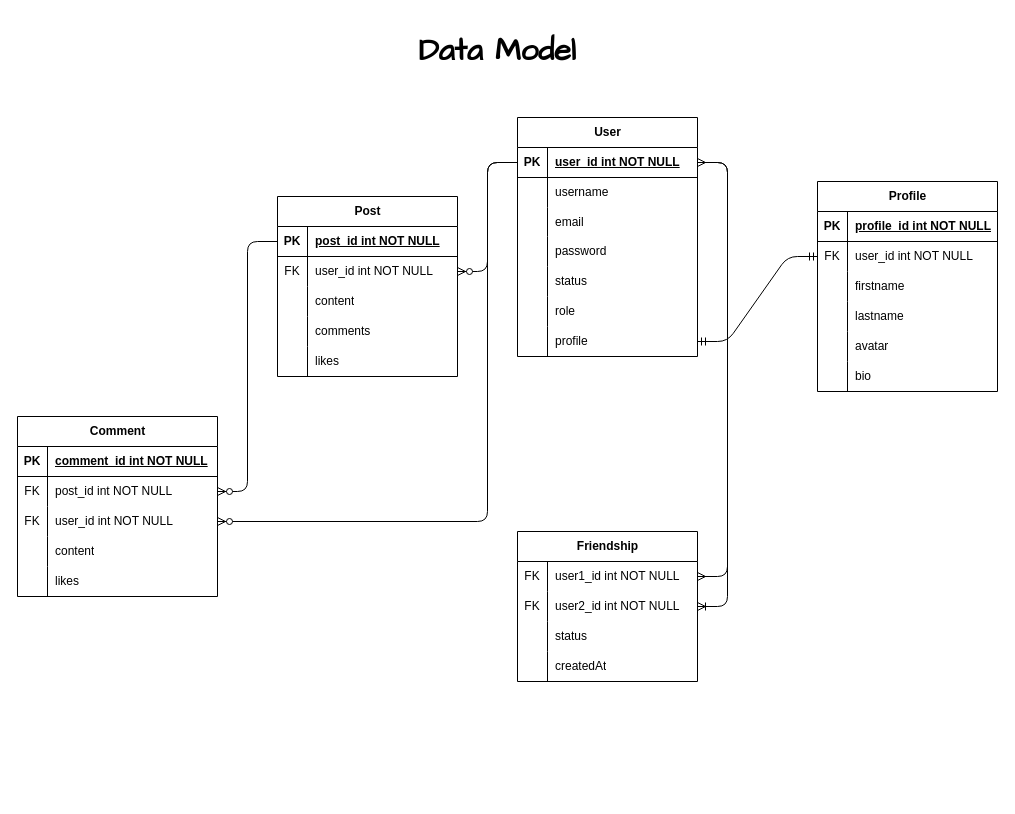
marefpceo/odin-book-server keeps this draw.io diagram as __docs__/projectModels.drawio. Above is the earlier version. Source tidied: cells renumbered, new cells numbered last; positions are measured from the earlier drawing's top-left corner, leaving out a move shared by most shapes. Both pictures are drawn from the tidied source at 100%, with x=0, y=0 at pixel (17, 26).
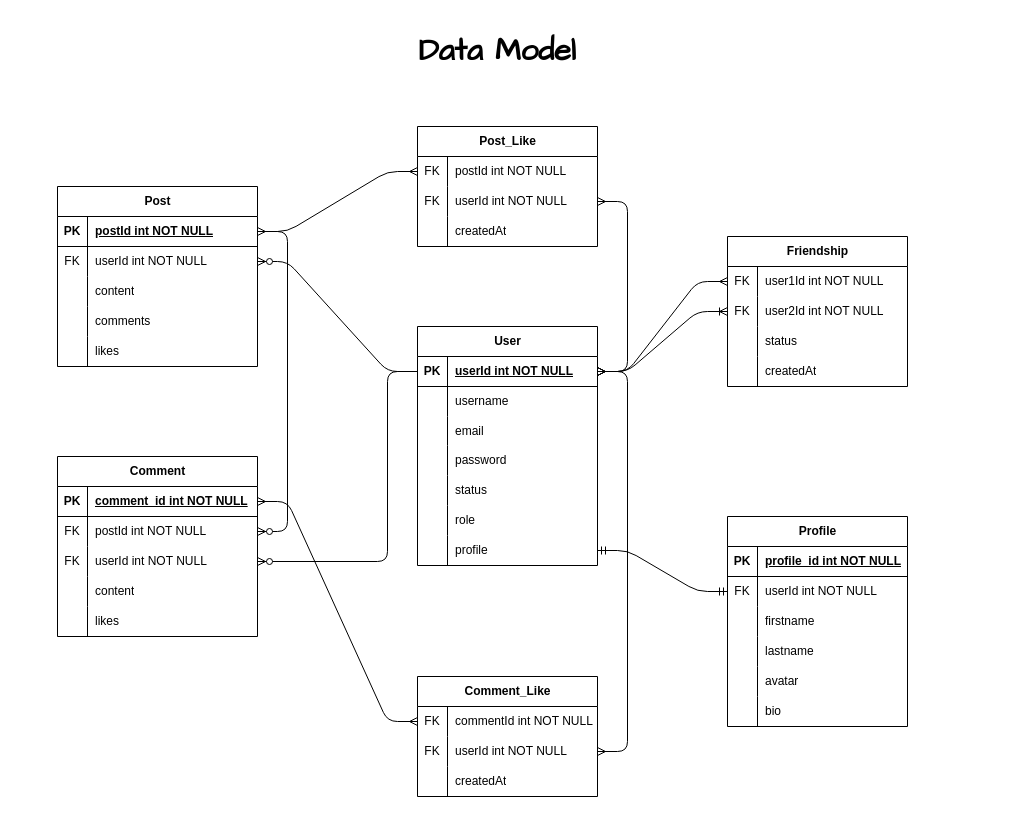
Above is the later version.

Commit message (it also covers changes not shown here):
Updated datamodel to reflect schema

Unchanged cells that the change refers to:
```xml
<mxCell id="3" style="shape=tableRow;horizontal=0;startSize=0;swimlaneHead=0;swimlaneBody=0;fillColor=none;points=[[0,0.5],[1,0.5]];portConstraint=eastwest;top=0;left=0;right=0;bottom=1;" parent="2" vertex="1">
  <mxGeometry y="30" width="180" height="30" as="geometry" />
</mxCell>
<mxCell id="28" style="shape=tableRow;horizontal=0;startSize=0;swimlaneHead=0;swimlaneBody=0;fillColor=none;points=[[0,0.5],[1,0.5]];portConstraint=eastwest;top=0;left=0;right=0;bottom=0;" parent="24" vertex="1">
  <mxGeometry y="60" width="180" height="30" as="geometry" />
</mxCell>
<mxCell id="61" style="shape=tableRow;horizontal=0;startSize=0;swimlaneHead=0;swimlaneBody=0;fillColor=none;points=[[0,0.5],[1,0.5]];portConstraint=eastwest;top=0;left=0;right=0;bottom=1;" parent="60" vertex="1">
  <mxGeometry y="30" width="200" height="30" as="geometry" />
</mxCell>
<mxCell id="64" style="shape=tableRow;horizontal=0;startSize=0;swimlaneHead=0;swimlaneBody=0;fillColor=none;points=[[0,0.5],[1,0.5]];portConstraint=eastwest;top=0;left=0;right=0;bottom=0;" parent="60" vertex="1">
  <mxGeometry y="60" width="200" height="30" as="geometry" />
</mxCell>
<mxCell id="67" style="shape=tableRow;horizontal=0;startSize=0;swimlaneHead=0;swimlaneBody=0;fillColor=none;points=[[0,0.5],[1,0.5]];portConstraint=eastwest;top=0;left=0;right=0;bottom=0;" parent="60" vertex="1">
  <mxGeometry y="90" width="200" height="30" as="geometry" />
</mxCell>
<mxCell id="77" style="shape=tableRow;horizontal=0;startSize=0;swimlaneHead=0;swimlaneBody=0;fillColor=none;points=[[0,0.5],[1,0.5]];portConstraint=eastwest;top=0;left=0;right=0;bottom=0;" parent="76" vertex="1">
  <mxGeometry y="30" width="180" height="30" as="geometry" />
</mxCell>
<mxCell id="80" style="shape=tableRow;horizontal=0;startSize=0;swimlaneHead=0;swimlaneBody=0;fillColor=none;points=[[0,0.5],[1,0.5]];portConstraint=eastwest;top=0;left=0;right=0;bottom=0;" parent="76" vertex="1">
  <mxGeometry y="60" width="180" height="30" as="geometry" />
</mxCell>
```

What changed in the source:
```diff
@@
     <mxCell id="2" value="User" style="shape=table;startSize=30;childLayout=tableLayout;rowLines=0;fontStyle=1;align=center;html=1;" parent="1" vertex="1">
-      <mxGeometry x="500" y="91" width="180" height="239" as="geometry" />
+      <mxGeometry x="400" y="300" width="180" height="239" as="geometry" />
     </mxCell>
@@
-    <mxCell id="5" value="user_id int NOT NULL" style="shape=partialRectangle;fillColor=none;top=0;left=0;bottom=0;right=0;align=left;spacingLeft=6;fontStyle=5;overflow=hidden;whiteSpace=wrap;html=1;" parent="3" vertex="1">
+    <mxCell id="5" value="userId int NOT NULL" style="shape=partialRectangle;fillColor=none;top=0;left=0;bottom=0;right=0;align=left;spacingLeft=6;fontStyle=5;overflow=hidden;whiteSpace=wrap;html=1;" parent="3" vertex="1">
       <mxGeometry x="30" width="150" height="30" as="geometry" />
     </mxCell>
@@
     <mxCell id="24" value="Profile" style="shape=table;startSize=30;childLayout=tableLayout;rowLines=0;fontStyle=1;align=center;html=1;" parent="1" vertex="1">
-      <mxGeometry x="800" y="155" width="180" height="210" as="geometry" />
+      <mxGeometry x="710" y="490" width="180" height="210" as="geometry" />
     </mxCell>
@@
-    <mxCell id="30" value="user_id int NOT NULL" style="shape=partialRectangle;fillColor=none;top=0;left=0;bottom=0;right=0;align=left;spacingLeft=6;fontStyle=0;overflow=hidden;whiteSpace=wrap;html=1;" parent="28" vertex="1">
+    <mxCell id="30" value="userId int NOT NULL" style="shape=partialRectangle;fillColor=none;top=0;left=0;bottom=0;right=0;align=left;spacingLeft=6;fontStyle=0;overflow=hidden;whiteSpace=wrap;html=1;" parent="28" vertex="1">
       <mxGeometry x="30" width="150" height="30" as="geometry" />
     </mxCell>
@@
     <mxCell id="44" value="Post" style="shape=table;startSize=30;childLayout=tableLayout;rowLines=0;fontStyle=1;align=center;html=1;" parent="1" vertex="1">
-      <mxGeometry x="260" y="170" width="180" height="180" as="geometry" />
+      <mxGeometry x="40" y="160" width="200" height="180" as="geometry" />
     </mxCell>
     <mxCell id="45" style="shape=tableRow;horizontal=0;startSize=0;swimlaneHead=0;swimlaneBody=0;fillColor=none;points=[[0,0.5],[1,0.5]];portConstraint=eastwest;top=0;left=0;right=0;bottom=1;" parent="44" vertex="1">
-      <mxGeometry y="30" width="180" height="30" as="geometry" />
+      <mxGeometry y="30" width="200" height="30" as="geometry" />
     </mxCell>
@@
-    <mxCell id="47" value="post_id int NOT NULL" style="shape=partialRectangle;fillColor=none;top=0;left=0;bottom=0;right=0;align=left;spacingLeft=6;fontStyle=5;overflow=hidden;whiteSpace=wrap;html=1;" parent="45" vertex="1">
-      <mxGeometry x="30" width="150" height="30" as="geometry" />
+    <mxCell id="47" value="postId int NOT NULL" style="shape=partialRectangle;fillColor=none;top=0;left=0;bottom=0;right=0;align=left;spacingLeft=6;fontStyle=5;overflow=hidden;whiteSpace=wrap;html=1;" parent="45" vertex="1">
+      <mxGeometry x="30" width="170" height="30" as="geometry" />
     </mxCell>
     <mxCell id="48" style="shape=tableRow;horizontal=0;startSize=0;swimlaneHead=0;swimlaneBody=0;fillColor=none;points=[[0,0.5],[1,0.5]];portConstraint=eastwest;top=0;left=0;right=0;bottom=0;" parent="44" vertex="1">
-      <mxGeometry y="60" width="180" height="30" as="geometry" />
+      <mxGeometry y="60" width="200" height="30" as="geometry" />
     </mxCell>
@@
-    <mxCell id="50" value="user_id int NOT NULL" style="shape=partialRectangle;fillColor=none;top=0;left=0;bottom=0;right=0;align=left;spacingLeft=6;fontStyle=0;overflow=hidden;whiteSpace=wrap;html=1;" parent="48" vertex="1">
-      <mxGeometry x="30" width="150" height="30" as="geometry" />
+    <mxCell id="50" value="userId int NOT NULL" style="shape=partialRectangle;fillColor=none;top=0;left=0;bottom=0;right=0;align=left;spacingLeft=6;fontStyle=0;overflow=hidden;whiteSpace=wrap;html=1;" parent="48" vertex="1">
+      <mxGeometry x="30" width="170" height="30" as="geometry" />
     </mxCell>
     <mxCell id="51" style="shape=tableRow;horizontal=0;startSize=0;swimlaneHead=0;swimlaneBody=0;fillColor=none;top=0;left=0;right=0;bottom=0;" parent="44" vertex="1">
-      <mxGeometry y="90" width="180" height="30" as="geometry" />
+      <mxGeometry y="90" width="200" height="30" as="geometry" />
     </mxCell>
@@
     <mxCell id="53" value="content" style="shape=partialRectangle;fillColor=none;top=0;left=0;bottom=0;right=0;align=left;spacingLeft=6;overflow=hidden;whiteSpace=wrap;html=1;" parent="51" vertex="1">
-      <mxGeometry x="30" width="150" height="30" as="geometry" />
+      <mxGeometry x="30" width="170" height="30" as="geometry" />
     </mxCell>
     <mxCell id="54" style="shape=tableRow;horizontal=0;startSize=0;swimlaneHead=0;swimlaneBody=0;fillColor=none;top=0;left=0;right=0;bottom=0;" parent="44" vertex="1">
-      <mxGeometry y="120" width="180" height="30" as="geometry" />
+      <mxGeometry y="120" width="200" height="30" as="geometry" />
     </mxCell>
@@
     <mxCell id="56" value="comments" style="shape=partialRectangle;fillColor=none;top=0;left=0;bottom=0;right=0;align=left;spacingLeft=6;overflow=hidden;whiteSpace=wrap;html=1;" parent="54" vertex="1">
-      <mxGeometry x="30" width="150" height="30" as="geometry" />
+      <mxGeometry x="30" width="170" height="30" as="geometry" />
     </mxCell>
     <mxCell id="57" style="shape=tableRow;horizontal=0;startSize=0;swimlaneHead=0;swimlaneBody=0;fillColor=none;top=0;left=0;right=0;bottom=0;" parent="44" vertex="1">
-      <mxGeometry y="150" width="180" height="30" as="geometry" />
+      <mxGeometry y="150" width="200" height="30" as="geometry" />
     </mxCell>
@@
     <mxCell id="59" value="likes" style="shape=partialRectangle;fillColor=none;top=0;left=0;bottom=0;right=0;align=left;spacingLeft=6;overflow=hidden;whiteSpace=wrap;html=1;" parent="57" vertex="1">
-      <mxGeometry x="30" width="150" height="30" as="geometry" />
+      <mxGeometry x="30" width="170" height="30" as="geometry" />
     </mxCell>
     <mxCell id="60" value="Comment" style="shape=table;startSize=30;childLayout=tableLayout;rowLines=0;fontStyle=1;align=center;html=1;" parent="1" vertex="1">
-      <mxGeometry y="390" width="200" height="180" as="geometry" />
+      <mxGeometry x="40" y="430" width="200" height="180" as="geometry" />
     </mxCell>
@@
-    <mxCell id="66" value="post_id int NOT NULL" style="shape=partialRectangle;fillColor=none;top=0;left=0;bottom=0;right=0;align=left;spacingLeft=6;fontStyle=0;overflow=hidden;whiteSpace=wrap;html=1;" parent="64" vertex="1">
+    <mxCell id="66" value="postId int NOT NULL" style="shape=partialRectangle;fillColor=none;top=0;left=0;bottom=0;right=0;align=left;spacingLeft=6;fontStyle=0;overflow=hidden;whiteSpace=wrap;html=1;" parent="64" vertex="1">
       <mxGeometry x="30" width="170" height="30" as="geometry" />
     </mxCell>
@@
-    <mxCell id="69" value="user_id int NOT NULL" style="shape=partialRectangle;fillColor=none;top=0;left=0;bottom=0;right=0;align=left;spacingLeft=6;overflow=hidden;whiteSpace=wrap;html=1;" parent="67" vertex="1">
+    <mxCell id="69" value="userId int NOT NULL" style="shape=partialRectangle;fillColor=none;top=0;left=0;bottom=0;right=0;align=left;spacingLeft=6;overflow=hidden;whiteSpace=wrap;html=1;" parent="67" vertex="1">
       <mxGeometry x="30" width="170" height="30" as="geometry" />
     </mxCell>
@@
     <mxCell id="76" value="Friendship" style="shape=table;startSize=30;childLayout=tableLayout;rowLines=0;fontStyle=1;align=center;html=1;" parent="1" vertex="1">
-      <mxGeometry x="500" y="505" width="180" height="150" as="geometry" />
+      <mxGeometry x="710" y="210" width="180" height="150" as="geometry" />
     </mxCell>
@@
-    <mxCell id="79" value="user1_id int NOT NULL" style="shape=partialRectangle;fillColor=none;top=0;left=0;bottom=0;right=0;align=left;spacingLeft=6;fontStyle=0;overflow=hidden;whiteSpace=wrap;html=1;" parent="77" vertex="1">
+    <mxCell id="79" value="user1Id int NOT NULL" style="shape=partialRectangle;fillColor=none;top=0;left=0;bottom=0;right=0;align=left;spacingLeft=6;fontStyle=0;overflow=hidden;whiteSpace=wrap;html=1;" parent="77" vertex="1">
       <mxGeometry x="30" width="150" height="30" as="geometry" />
     </mxCell>
@@
-    <mxCell id="82" value="user2_id int NOT NULL" style="shape=partialRectangle;fillColor=none;top=0;left=0;bottom=0;right=0;align=left;spacingLeft=6;fontStyle=0;overflow=hidden;whiteSpace=wrap;html=1;" parent="80" vertex="1">
+    <mxCell id="82" value="user2Id int NOT NULL" style="shape=partialRectangle;fillColor=none;top=0;left=0;bottom=0;right=0;align=left;spacingLeft=6;fontStyle=0;overflow=hidden;whiteSpace=wrap;html=1;" parent="80" vertex="1">
       <mxGeometry x="30" width="150" height="30" as="geometry" />
     </mxCell>
@@
     <mxCell id="91" style="edgeStyle=entityRelationEdgeStyle;fontSize=12;html=1;endArrow=ERmany;startArrow=ERmany;" parent="1" edge="1" source="77" target="3">
       <mxGeometry relative="1" as="geometry">
         <Array as="points">
-          <mxPoint x="620" y="420" />
-          <mxPoint x="660" y="420" />
-          <mxPoint x="740" y="410" />
+          <mxPoint x="520" y="450" />
+          <mxPoint x="560" y="450" />
+          <mxPoint x="640" y="440" />
         </Array>
       </mxGeometry>
     </mxCell>
     <mxCell id="92" style="edgeStyle=entityRelationEdgeStyle;fontSize=12;html=1;endArrow=ERoneToMany;" parent="1" edge="1" source="3" target="80">
       <mxGeometry relative="1" as="geometry">
         <Array as="points">
-          <mxPoint x="365" y="496" />
-          <mxPoint x="330" y="506" />
-          <mxPoint x="375" y="466" />
+          <mxPoint x="265" y="526" />
+          <mxPoint x="230" y="536" />
+          <mxPoint x="275" y="496" />
         </Array>
       </mxGeometry>
     </mxCell>
     <mxCell id="93" style="edgeStyle=elbowEdgeStyle;fontSize=12;html=1;endArrow=ERzeroToMany;endFill=1;jumpStyle=none;strokeColor=default;" parent="1" edge="1" source="3" target="67">
       <mxGeometry relative="1" as="geometry">
         <Array as="points">
-          <mxPoint x="470" y="390" />
+          <mxPoint x="370" y="420" />
         </Array>
       </mxGeometry>
     </mxCell>
@@
+    <mxCell id="95" value="Post_Like" style="shape=table;startSize=30;childLayout=tableLayout;rowLines=0;fontStyle=1;align=center;html=1;" parent="1" vertex="1">
+      <mxGeometry x="400" y="100" width="180" height="120" as="geometry" />
+    </mxCell>
+    <mxCell id="96" style="shape=tableRow;horizontal=0;startSize=0;swimlaneHead=0;swimlaneBody=0;fillColor=none;points=[[0,0.5],[1,0.5]];portConstraint=eastwest;top=0;left=0;right=0;bottom=0;" parent="95" vertex="1">
+      <mxGeometry y="30" width="180" height="30" as="geometry" />
+    </mxCell>
+    <mxCell id="97" value="FK" style="shape=partialRectangle;fillColor=none;top=0;left=0;bottom=0;right=0;fontStyle=0;overflow=hidden;whiteSpace=wrap;html=1;" parent="96" vertex="1">
+      <mxGeometry width="30" height="30" as="geometry" />
+    </mxCell>
+    <mxCell id="98" value="postId int NOT NULL" style="shape=partialRectangle;fillColor=none;top=0;left=0;bottom=0;right=0;align=left;spacingLeft=6;fontStyle=0;overflow=hidden;whiteSpace=wrap;html=1;" parent="96" vertex="1">
+      <mxGeometry x="30" width="150" height="30" as="geometry" />
+    </mxCell>
+    <mxCell id="99" style="shape=tableRow;horizontal=0;startSize=0;swimlaneHead=0;swimlaneBody=0;fillColor=none;points=[[0,0.5],[1,0.5]];portConstraint=eastwest;top=0;left=0;right=0;bottom=0;" parent="95" vertex="1">
+      <mxGeometry y="60" width="180" height="30" as="geometry" />
+    </mxCell>
+    <mxCell id="100" value="FK" style="shape=partialRectangle;fillColor=none;top=0;left=0;bottom=0;right=0;fontStyle=0;overflow=hidden;whiteSpace=wrap;html=1;" parent="99" vertex="1">
+      <mxGeometry width="30" height="30" as="geometry" />
+    </mxCell>
+    <mxCell id="101" value="userId int NOT NULL" style="shape=partialRectangle;fillColor=none;top=0;left=0;bottom=0;right=0;align=left;spacingLeft=6;fontStyle=0;overflow=hidden;whiteSpace=wrap;html=1;" parent="99" vertex="1">
+      <mxGeometry x="30" width="150" height="30" as="geometry" />
+    </mxCell>
+    <mxCell id="102" style="shape=tableRow;horizontal=0;startSize=0;swimlaneHead=0;swimlaneBody=0;fillColor=none;top=0;left=0;right=0;bottom=0;" parent="95" vertex="1">
+      <mxGeometry y="90" width="180" height="30" as="geometry" />
+    </mxCell>
+    <mxCell id="103" style="shape=partialRectangle;fillColor=none;top=0;left=0;bottom=0;right=0;overflow=hidden;whiteSpace=wrap;html=1;" parent="102" vertex="1">
+      <mxGeometry width="30" height="30" as="geometry" />
+    </mxCell>
+    <mxCell id="104" value="createdAt" style="shape=partialRectangle;fillColor=none;top=0;left=0;bottom=0;right=0;align=left;spacingLeft=6;overflow=hidden;whiteSpace=wrap;html=1;" parent="102" vertex="1">
+      <mxGeometry x="30" width="150" height="30" as="geometry" />
+    </mxCell>
+    <mxCell id="105" value="Comment_Like" style="shape=table;startSize=30;childLayout=tableLayout;rowLines=0;fontStyle=1;align=center;html=1;" parent="1" vertex="1">
+      <mxGeometry x="400" y="650" width="180" height="120" as="geometry" />
+    </mxCell>
+    <mxCell id="106" style="shape=tableRow;horizontal=0;startSize=0;swimlaneHead=0;swimlaneBody=0;fillColor=none;points=[[0,0.5],[1,0.5]];portConstraint=eastwest;top=0;left=0;right=0;bottom=0;" parent="105" vertex="1">
+      <mxGeometry y="30" width="180" height="30" as="geometry" />
+    </mxCell>
+    <mxCell id="107" value="FK" style="shape=partialRectangle;fillColor=none;top=0;left=0;bottom=0;right=0;fontStyle=0;overflow=hidden;whiteSpace=wrap;html=1;" parent="106" vertex="1">
+      <mxGeometry width="30" height="30" as="geometry" />
+    </mxCell>
+    <mxCell id="108" value="commentId int NOT NULL" style="shape=partialRectangle;fillColor=none;top=0;left=0;bottom=0;right=0;align=left;spacingLeft=6;fontStyle=0;overflow=hidden;whiteSpace=wrap;html=1;" parent="106" vertex="1">
+      <mxGeometry x="30" width="150" height="30" as="geometry" />
+    </mxCell>
+    <mxCell id="109" style="shape=tableRow;horizontal=0;startSize=0;swimlaneHead=0;swimlaneBody=0;fillColor=none;points=[[0,0.5],[1,0.5]];portConstraint=eastwest;top=0;left=0;right=0;bottom=0;" parent="105" vertex="1">
+      <mxGeometry y="60" width="180" height="30" as="geometry" />
+    </mxCell>
+    <mxCell id="110" value="FK" style="shape=partialRectangle;fillColor=none;top=0;left=0;bottom=0;right=0;fontStyle=0;overflow=hidden;whiteSpace=wrap;html=1;" parent="109" vertex="1">
+      <mxGeometry width="30" height="30" as="geometry" />
+    </mxCell>
+    <mxCell id="111" value="userId int NOT NULL" style="shape=partialRectangle;fillColor=none;top=0;left=0;bottom=0;right=0;align=left;spacingLeft=6;fontStyle=0;overflow=hidden;whiteSpace=wrap;html=1;" parent="109" vertex="1">
+      <mxGeometry x="30" width="150" height="30" as="geometry" />
+    </mxCell>
+    <mxCell id="112" style="shape=tableRow;horizontal=0;startSize=0;swimlaneHead=0;swimlaneBody=0;fillColor=none;top=0;left=0;right=0;bottom=0;" parent="105" vertex="1">
+      <mxGeometry y="90" width="180" height="30" as="geometry" />
+    </mxCell>
+    <mxCell id="113" style="shape=partialRectangle;fillColor=none;top=0;left=0;bottom=0;right=0;overflow=hidden;whiteSpace=wrap;html=1;" parent="112" vertex="1">
+      <mxGeometry width="30" height="30" as="geometry" />
+    </mxCell>
+    <mxCell id="114" value="createdAt" style="shape=partialRectangle;fillColor=none;top=0;left=0;bottom=0;right=0;align=left;spacingLeft=6;overflow=hidden;whiteSpace=wrap;html=1;" parent="112" vertex="1">
+      <mxGeometry x="30" width="150" height="30" as="geometry" />
+    </mxCell>
+    <mxCell id="115" style="edgeStyle=entityRelationEdgeStyle;fontSize=12;html=1;endArrow=ERmany;startArrow=ERmany;" parent="1" edge="1" source="96" target="45">
+      <mxGeometry relative="1" as="geometry">
+        <Array as="points">
+          <mxPoint x="-70" y="260" />
+          <mxPoint x="-40" y="220" />
+          <mxPoint x="-60" y="230" />
+        </Array>
+      </mxGeometry>
+    </mxCell>
+    <mxCell id="116" style="edgeStyle=entityRelationEdgeStyle;fontSize=12;html=1;endArrow=ERmany;startArrow=ERmany;" parent="1" edge="1" source="106" target="61">
+      <mxGeometry relative="1" as="geometry">
+        <Array as="points">
+          <mxPoint x="170" y="750" />
+          <mxPoint x="200" y="710" />
+          <mxPoint x="-80" y="920" />
+        </Array>
+      </mxGeometry>
+    </mxCell>
+    <mxCell id="117" style="edgeStyle=entityRelationEdgeStyle;fontSize=12;html=1;endArrow=ERmany;startArrow=ERmany;" parent="1" edge="1" source="109" target="3">
+      <mxGeometry relative="1" as="geometry">
+        <Array as="points">
+          <mxPoint x="430" y="940" />
+          <mxPoint x="750" y="850" />
+        </Array>
+      </mxGeometry>
+    </mxCell>
+    <mxCell id="118" style="edgeStyle=entityRelationEdgeStyle;fontSize=12;html=1;endArrow=ERmany;startArrow=ERmany;" parent="1" edge="1" source="3" target="99">
+      <mxGeometry relative="1" as="geometry" />
+    </mxCell>
```
